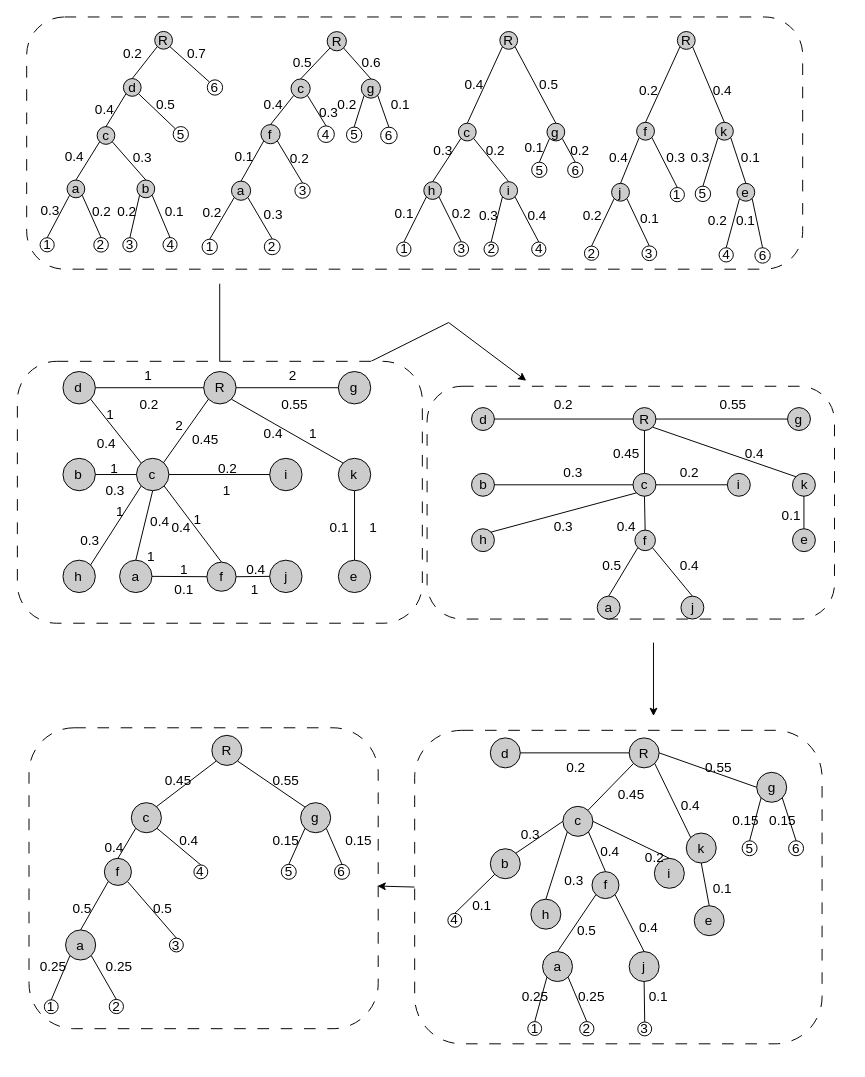
Above: page "Page-2" (1 of 2) of img/Fig5.drawio in tahiri-lab/PrismTree (draw.io), before the change. Source tidied: cells renumbered, new cells numbered last; positions are measured from the earlier drawing's top-left corner, leaving out a move shared by most shapes. Both pictures are drawn from the tidied source at 97%, with x=0, y=0 at pixel (16, 16).
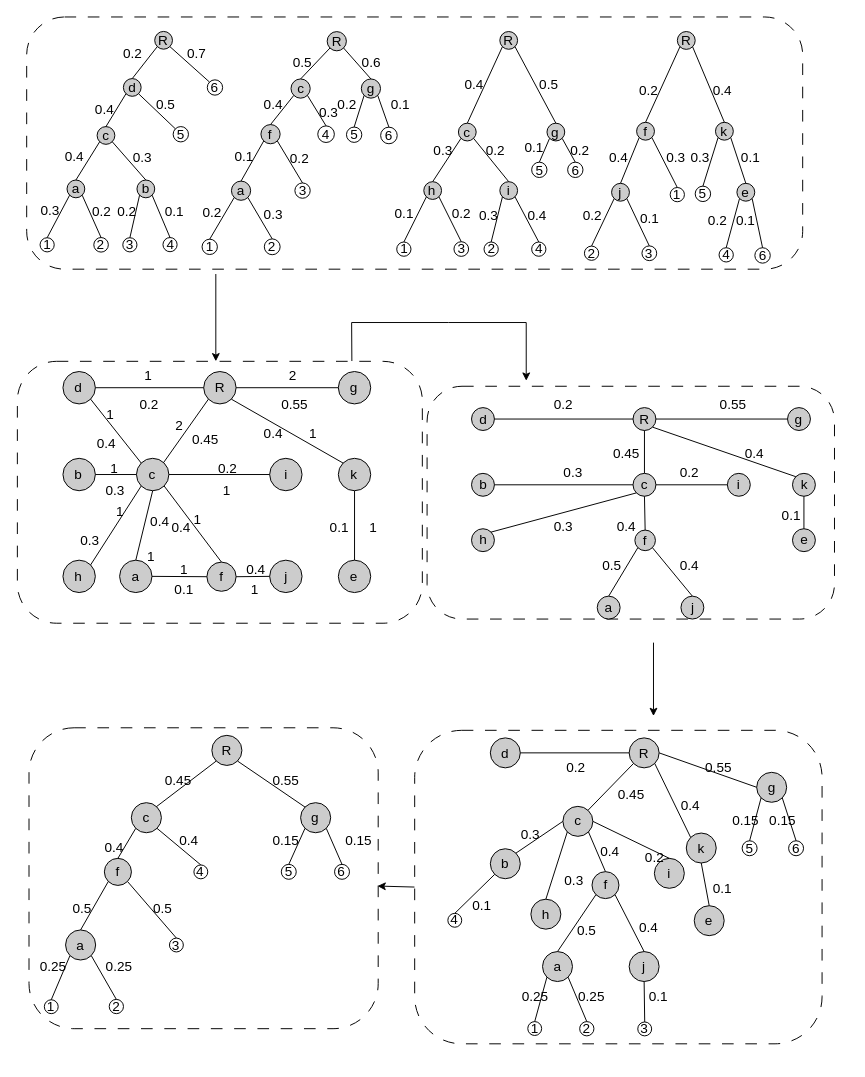
The same page after the edit.

The change refers to these unchanged cells:
```xml
<mxCell id="71" style="rounded=1;whiteSpace=wrap;html=1;dashed=1;dashPattern=12 12;fontSize=14;" parent="70" vertex="1">
  <mxGeometry x="-47" width="417.5" height="270" as="geometry" />
</mxCell>
```

What changed in the source:
```diff
@@
-    <mxCell id="68" style="endArrow=classic;html=1;rounded=0;fontStyle=0;verticalAlign=middle;align=center;fontSize=14;" parent="1" edge="1">
+    <mxCell id="68" style="endArrow=classic;html=1;rounded=0;fontStyle=0;verticalAlign=middle;align=center;fontSize=14;exitX=0.826;exitY=-0.001;exitDx=0;exitDy=0;exitPerimeter=0;" parent="1" edge="1" source="71">
       <mxGeometry relative="1" as="geometry">
-        <mxPoint x="325" y="375" as="sourcePoint" />
         <mxPoint x="525" y="375" as="targetPoint" />
         <Array as="points">
+          <mxPoint x="345" y="315" />
           <mxPoint x="445" y="315" />
+          <mxPoint x="525" y="315" />
         </Array>
       </mxGeometry>
     </mxCell>
     <mxCell id="69" style="endArrow=classic;html=1;rounded=0;fontStyle=0;verticalAlign=middle;align=center;fontSize=14;" parent="1" edge="1">
       <mxGeometry relative="1" as="geometry">
-        <mxPoint x="209" y="275" as="sourcePoint" />
-        <mxPoint x="209" y="365" as="targetPoint" />
+        <mxPoint x="205" y="265" as="sourcePoint" />
+        <mxPoint x="205" y="355" as="targetPoint" />
       </mxGeometry>
     </mxCell>
```
